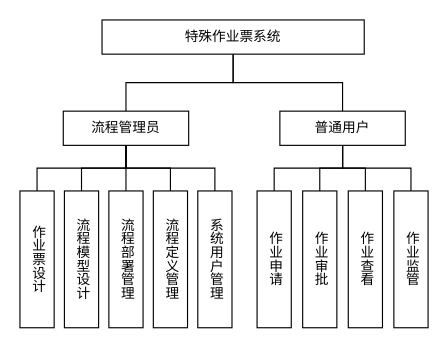
The draw.io diagram 毕设.drawio in linf04/draw.io, before the edit. Source tidied: cells renumbered, new cells numbered last; positions are measured from the earlier drawing's top-left corner, leaving out a move shared by most shapes. Both pictures are drawn from the tidied source at 114%, with x=0, y=0 at pixel (19, 19).
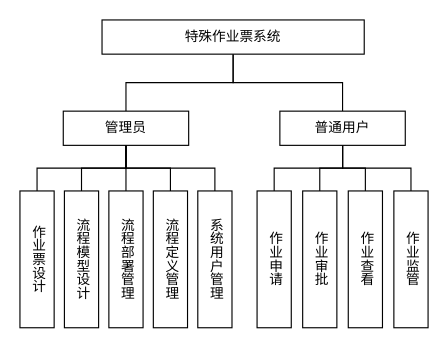
Above is the later version.

Change to the diagram source:
```diff
@@
-    <mxCell id="8" value="流程管理员" style="rounded=0;whiteSpace=wrap;html=1;" parent="1" vertex="1">
+    <mxCell id="8" value="管理员" style="rounded=0;whiteSpace=wrap;html=1;" parent="1" vertex="1">
       <mxGeometry x="38" y="80" width="110" height="30" as="geometry" />
     </mxCell>
```
